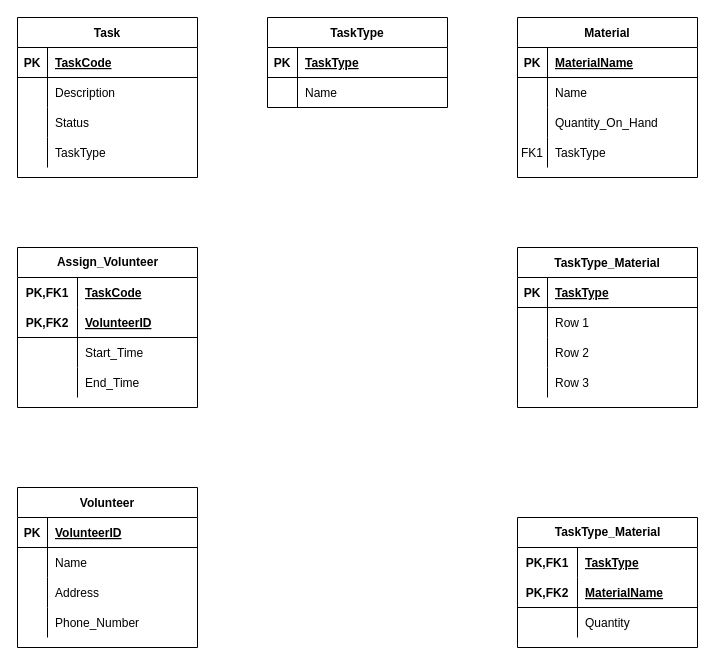
The draw.io diagram Untitled Diagram.drawio in VehabK/a07_erds, before the edit. Source tidied: cells renumbered, new cells numbered last; positions are measured from the earlier drawing's top-left corner, leaving out a move shared by most shapes. Both pictures are drawn from the tidied source at 100%, with x=0, y=0 at pixel (17, 17).
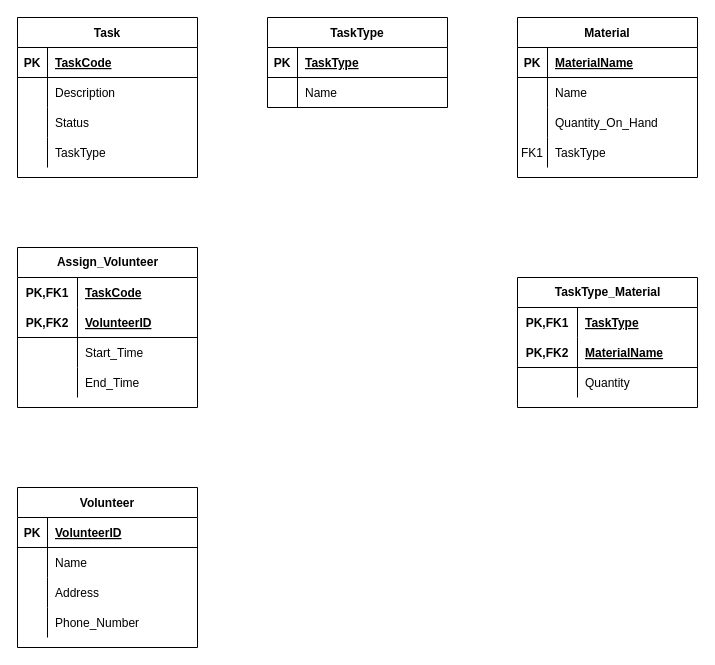
The same page after the edit.

The edit, as a diff of the source:
```diff
@@
-    <mxCell id="35" value="TaskType_Material" style="shape=table;startSize=30;childLayout=tableLayout;rowLines=0;fontStyle=1;align=center;" parent="1" vertex="1">
-      <mxGeometry x="500" y="230" width="180" height="160" as="geometry" />
-    </mxCell>
-    <mxCell id="36" style="shape=partialRectangle;fillColor=none;top=0;left=0;bottom=1;right=0;" parent="35" vertex="1">
-      <mxGeometry y="30" width="180" height="30" as="geometry" />
-    </mxCell>
-    <mxCell id="37" value="PK" style="shape=partialRectangle;fillColor=none;top=0;left=0;bottom=0;right=0;fontStyle=1;overflow=hidden;" parent="36" vertex="1">
-      <mxGeometry width="30" height="30" as="geometry" />
-    </mxCell>
-    <mxCell id="38" value="TaskType" style="shape=partialRectangle;fillColor=none;top=0;left=0;bottom=0;right=0;align=left;spacingLeft=6;fontStyle=5;overflow=hidden;" parent="36" vertex="1">
-      <mxGeometry x="30" width="150" height="30" as="geometry" />
-    </mxCell>
-    <mxCell id="39" style="shape=partialRectangle;fillColor=none;top=0;left=0;bottom=0;right=0;" parent="35" vertex="1">
-      <mxGeometry y="60" width="180" height="30" as="geometry" />
-    </mxCell>
-    <mxCell id="40" style="shape=partialRectangle;fillColor=none;top=0;left=0;bottom=0;right=0;overflow=hidden;" parent="39" vertex="1">
-      <mxGeometry width="30" height="30" as="geometry" />
-    </mxCell>
-    <mxCell id="41" value="Row 1" style="shape=partialRectangle;fillColor=none;top=0;left=0;bottom=0;right=0;align=left;spacingLeft=6;overflow=hidden;" parent="39" vertex="1">
-      <mxGeometry x="30" width="150" height="30" as="geometry" />
-    </mxCell>
-    <mxCell id="42" style="shape=partialRectangle;fillColor=none;top=0;left=0;bottom=0;right=0;" parent="35" vertex="1">
-      <mxGeometry y="90" width="180" height="30" as="geometry" />
-    </mxCell>
-    <mxCell id="43" style="shape=partialRectangle;fillColor=none;top=0;left=0;bottom=0;right=0;overflow=hidden;" parent="42" vertex="1">
-      <mxGeometry width="30" height="30" as="geometry" />
-    </mxCell>
-    <mxCell id="44" value="Row 2" style="shape=partialRectangle;fillColor=none;top=0;left=0;bottom=0;right=0;align=left;spacingLeft=6;overflow=hidden;" parent="42" vertex="1">
-      <mxGeometry x="30" width="150" height="30" as="geometry" />
-    </mxCell>
-    <mxCell id="45" style="shape=partialRectangle;fillColor=none;top=0;left=0;bottom=0;right=0;" parent="35" vertex="1">
-      <mxGeometry y="120" width="180" height="30" as="geometry" />
-    </mxCell>
-    <mxCell id="46" style="shape=partialRectangle;fillColor=none;top=0;left=0;bottom=0;right=0;overflow=hidden;" parent="45" vertex="1">
-      <mxGeometry width="30" height="30" as="geometry" />
-    </mxCell>
-    <mxCell id="47" value="Row 3" style="shape=partialRectangle;fillColor=none;top=0;left=0;bottom=0;right=0;align=left;spacingLeft=6;overflow=hidden;" parent="45" vertex="1">
-      <mxGeometry x="30" width="150" height="30" as="geometry" />
-    </mxCell>
@@
     <mxCell id="74" value="TaskType_Material" style="shape=table;startSize=30;childLayout=tableLayout;rowLines=0;fontStyle=1;align=center;html=1;" parent="1" vertex="1">
-      <mxGeometry x="500" y="500" width="180" height="130" as="geometry" />
+      <mxGeometry x="500" y="260" width="180" height="130" as="geometry" />
     </mxCell>
```
